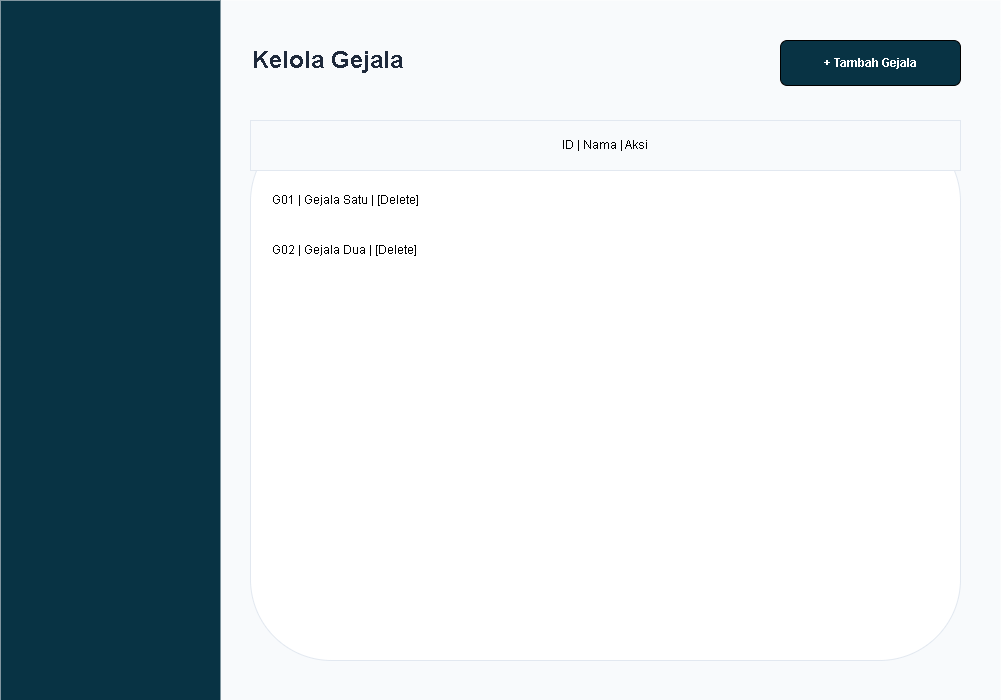
Before: diagram/desain/admin_gejala.png, a diagram exported from draw.io (Jinsky/Jinsky). Source tidied: cells renumbered, new cells last; positions are measured from the earlier drawing's top-left corner, leaving out a move shared by most shapes. The source it was exported from:
```xml
<mxGraphModel>
  <root>
    <mxCell id="0" />
    <mxCell id="1" parent="0" />
    <mxCell id="2" style="rounded=0;whiteSpace=wrap;html=1;fillColor=#f8fafc;strokeColor=none;" parent="1" vertex="1">
      <mxGeometry width="1000" height="700" as="geometry" />
    </mxCell>
    <mxCell id="3" style="rounded=0;whiteSpace=wrap;html=1;fillColor=#083344;strokeColor=none;" parent="1" vertex="1">
      <mxGeometry width="220" height="700" as="geometry" />
    </mxCell>
    <mxCell id="4" value="&lt;b&gt;Kelola Gejala&lt;/b&gt;" style="text;html=1;strokeColor=none;fillColor=none;align=left;verticalAlign=middle;whiteSpace=wrap;rounded=0;fontSize=24;fontColor=#1e293b;" parent="1" vertex="1">
      <mxGeometry x="250" y="40" width="400" height="40" as="geometry" />
    </mxCell>
    <mxCell id="5" value="+ Tambah Gejala" style="rounded=0;whiteSpace=wrap;html=1;fillColor=#083344;fontColor=#ffffff;rounded=1;fontStyle=1;" parent="1" vertex="1">
      <mxGeometry x="780" y="40" width="180" height="45" as="geometry" />
    </mxCell>
    <mxCell id="6" style="rounded=0;whiteSpace=wrap;html=1;fillColor=#ffffff;rounded=1;strokeColor=#e2e8f0;" parent="1" vertex="1">
      <mxGeometry x="250" y="120" width="710" height="540" as="geometry" />
    </mxCell>
    <mxCell id="7" value="ID | Nama | Aksi" style="rounded=0;whiteSpace=wrap;html=1;fillColor=#f8fafc;strokeColor=#e2e8f0;" parent="1" vertex="1">
      <mxGeometry x="250" y="120" width="710" height="50" as="geometry" />
    </mxCell>
    <mxCell id="8" value="G01 | Gejala Satu | [Delete]" style="text;html=1;strokeColor=none;fillColor=none;align=left;verticalAlign=middle;whiteSpace=wrap;rounded=0;" parent="1" vertex="1">
      <mxGeometry x="270" y="180" width="670" height="40" as="geometry" />
    </mxCell>
    <mxCell id="9" value="G02 | Gejala Dua | [Delete]" style="text;html=1;strokeColor=none;fillColor=none;align=left;verticalAlign=middle;whiteSpace=wrap;rounded=0;" parent="1" vertex="1">
      <mxGeometry x="270" y="230" width="670" height="40" as="geometry" />
    </mxCell>
  </root>
</mxGraphModel>
```
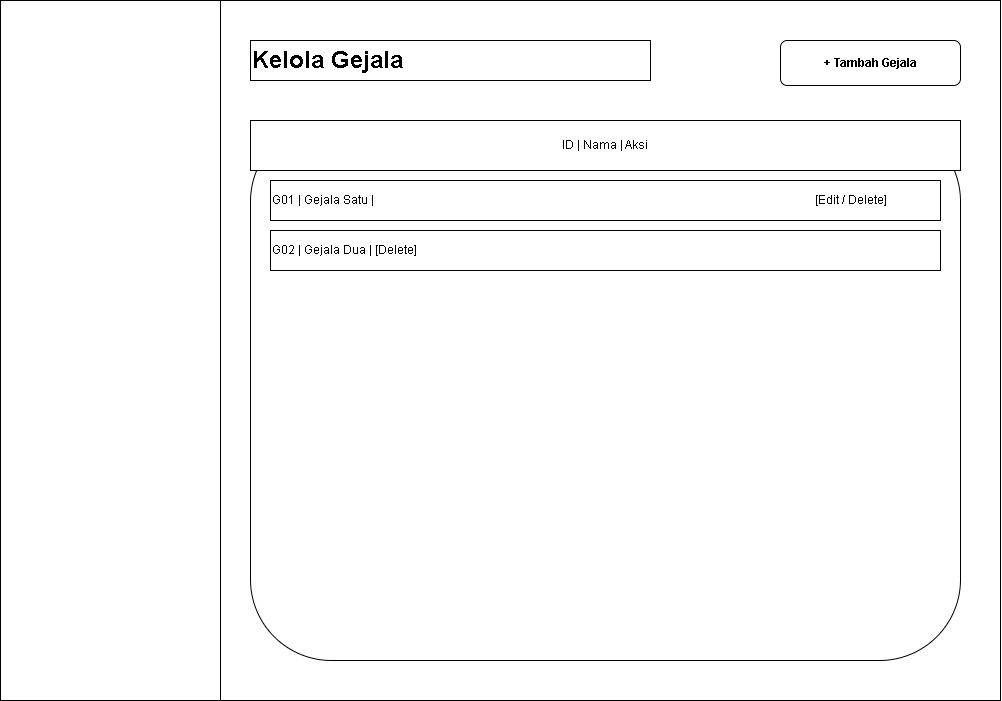
After the change.

The edit, as a diff of the source:
```diff
@@ -2,28 +2,28 @@
   <root>
     <mxCell id="0" />
     <mxCell id="1" parent="0" />
-    <mxCell id="2" style="rounded=0;whiteSpace=wrap;html=1;fillColor=#f8fafc;strokeColor=none;" parent="1" vertex="1">
+    <mxCell id="2" style="rounded=0;whiteSpace=wrap;html=1;fillColor=#ffffff;strokeColor=#000000;fontColor=#000000;" parent="1" vertex="1">
       <mxGeometry width="1000" height="700" as="geometry" />
     </mxCell>
-    <mxCell id="3" style="rounded=0;whiteSpace=wrap;html=1;fillColor=#083344;strokeColor=none;" parent="1" vertex="1">
+    <mxCell id="3" style="rounded=0;whiteSpace=wrap;html=1;fillColor=#ffffff;strokeColor=#000000;fontColor=#000000;" parent="1" vertex="1">
       <mxGeometry width="220" height="700" as="geometry" />
     </mxCell>
-    <mxCell id="4" value="&lt;b&gt;Kelola Gejala&lt;/b&gt;" style="text;html=1;strokeColor=none;fillColor=none;align=left;verticalAlign=middle;whiteSpace=wrap;rounded=0;fontSize=24;fontColor=#1e293b;" parent="1" vertex="1">
+    <mxCell id="4" value="&lt;b&gt;Kelola Gejala&lt;/b&gt;" style="text;html=1;strokeColor=#000000;fillColor=none;align=left;verticalAlign=middle;whiteSpace=wrap;rounded=0;fontSize=24;fontColor=#000000;" parent="1" vertex="1">
       <mxGeometry x="250" y="40" width="400" height="40" as="geometry" />
     </mxCell>
-    <mxCell id="5" value="+ Tambah Gejala" style="rounded=0;whiteSpace=wrap;html=1;fillColor=#083344;fontColor=#ffffff;rounded=1;fontStyle=1;" parent="1" vertex="1">
+    <mxCell id="5" value="+ Tambah Gejala" style="rounded=1;whiteSpace=wrap;html=1;fillColor=#ffffff;fontColor=#000000;fontStyle=1;strokeColor=#000000;" parent="1" vertex="1">
       <mxGeometry x="780" y="40" width="180" height="45" as="geometry" />
     </mxCell>
-    <mxCell id="6" style="rounded=0;whiteSpace=wrap;html=1;fillColor=#ffffff;rounded=1;strokeColor=#e2e8f0;" parent="1" vertex="1">
+    <mxCell id="6" style="rounded=1;whiteSpace=wrap;html=1;fillColor=#ffffff;strokeColor=#000000;fontColor=#000000;" parent="1" vertex="1">
       <mxGeometry x="250" y="120" width="710" height="540" as="geometry" />
     </mxCell>
-    <mxCell id="7" value="ID | Nama | Aksi" style="rounded=0;whiteSpace=wrap;html=1;fillColor=#f8fafc;strokeColor=#e2e8f0;" parent="1" vertex="1">
+    <mxCell id="7" value="ID | Nama | Aksi" style="rounded=0;whiteSpace=wrap;html=1;fillColor=#ffffff;strokeColor=#000000;fontColor=#000000;" parent="1" vertex="1">
       <mxGeometry x="250" y="120" width="710" height="50" as="geometry" />
     </mxCell>
-    <mxCell id="8" value="G01 | Gejala Satu | [Delete]" style="text;html=1;strokeColor=none;fillColor=none;align=left;verticalAlign=middle;whiteSpace=wrap;rounded=0;" parent="1" vertex="1">
+    <mxCell id="8" value="G01 | Gejala Satu |&amp;nbsp; &amp;nbsp; &amp;nbsp; &amp;nbsp; &amp;nbsp; &amp;nbsp; &amp;nbsp; &amp;nbsp; &amp;nbsp; &amp;nbsp; &amp;nbsp; &amp;nbsp; &amp;nbsp; &amp;nbsp; &amp;nbsp; &amp;nbsp; &amp;nbsp; &amp;nbsp; &amp;nbsp; &amp;nbsp; &amp;nbsp; &amp;nbsp; &amp;nbsp; &amp;nbsp; &amp;nbsp; &amp;nbsp; &amp;nbsp; &amp;nbsp; &amp;nbsp; &amp;nbsp; &amp;nbsp; &amp;nbsp; &amp;nbsp; &amp;nbsp; &amp;nbsp; &amp;nbsp; &amp;nbsp; &amp;nbsp; &amp;nbsp; &amp;nbsp; &amp;nbsp; &amp;nbsp; &amp;nbsp; &amp;nbsp; &amp;nbsp; &amp;nbsp; &amp;nbsp; &amp;nbsp; &amp;nbsp; &amp;nbsp; &amp;nbsp; &amp;nbsp; &amp;nbsp; &amp;nbsp; &amp;nbsp; &amp;nbsp; &amp;nbsp; &amp;nbsp; &amp;nbsp; &amp;nbsp; &amp;nbsp; &amp;nbsp; &amp;nbsp; &amp;nbsp; &amp;nbsp; &amp;nbsp; &amp;nbsp; &amp;nbsp; &amp;nbsp; &amp;nbsp; &amp;nbsp; &amp;nbsp; &amp;nbsp; &amp;nbsp;[Edit / Delete]" style="text;html=1;strokeColor=#000000;fillColor=none;align=left;verticalAlign=middle;whiteSpace=wrap;rounded=0;fontColor=#000000;" parent="1" vertex="1">
       <mxGeometry x="270" y="180" width="670" height="40" as="geometry" />
     </mxCell>
-    <mxCell id="9" value="G02 | Gejala Dua | [Delete]" style="text;html=1;strokeColor=none;fillColor=none;align=left;verticalAlign=middle;whiteSpace=wrap;rounded=0;" parent="1" vertex="1">
+    <mxCell id="9" value="G02 | Gejala Dua | [Delete]" style="text;html=1;strokeColor=#000000;fillColor=none;align=left;verticalAlign=middle;whiteSpace=wrap;rounded=0;fontColor=#000000;" parent="1" vertex="1">
       <mxGeometry x="270" y="230" width="670" height="40" as="geometry" />
     </mxCell>
   </root>
```
